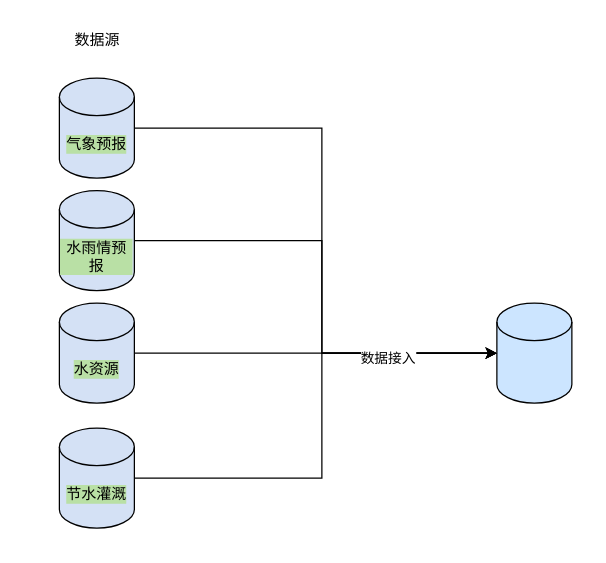
Above: page "3.数据接入" (3 of 7) of doc/安吉数字化.drawio in CoderDream/java-architect-util (draw.io), before the change. Source tidied: cells renumbered, new cells numbered last; positions are measured from the earlier drawing's top-left corner, leaving out a move shared by most shapes. Both pictures are drawn from the tidied source at 125%, with x=0, y=0 at pixel (59, 21).
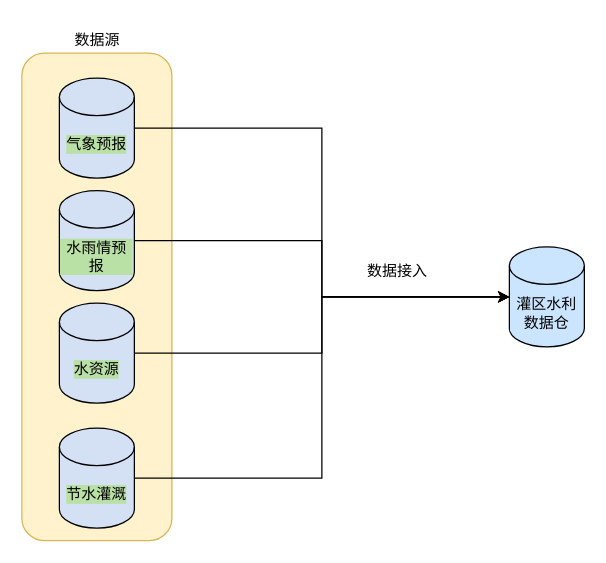
After the change.

Commit message (it also covers changes not shown here):
更新安吉数字化.drawio

Change to the diagram source:
```diff
@@
 <mxGraphModel>
   <root>
     <mxCell id="0" />
     <mxCell id="1" parent="0" />
+    <mxCell id="13" style="rounded=1;whiteSpace=wrap;html=1;labelBackgroundColor=#B9E0A5;fillColor=#fff2cc;strokeColor=#d6b656;" parent="1" vertex="1">
+      <mxGeometry x="-30" y="25" width="120" height="390" as="geometry" />
+    </mxCell>
-    <mxCell id="2" style="edgeStyle=orthogonalEdgeStyle;rounded=0;jettySize=auto;html=1;" parent="1" edge="1" source="3">
+    <mxCell id="2" style="edgeStyle=orthogonalEdgeStyle;rounded=0;jettySize=auto;html=1;entryX=0;entryY=0.5;entryDx=0;entryDy=0;entryPerimeter=0;" parent="1" edge="1" source="3" target="4">
       <mxGeometry relative="1" as="geometry">
-        <mxPoint x="350" y="265" as="targetPoint" />
         <Array as="points">
           <mxPoint x="210" y="85" />
-          <mxPoint x="210" y="265" />
+          <mxPoint x="210" y="220" />
         </Array>
       </mxGeometry>
     </mxCell>
     <mxCell id="3" value="气象预报" style="shape=cylinder3;whiteSpace=wrap;html=1;boundedLbl=1;backgroundOutline=1;size=15;labelBackgroundColor=#B9E0A5;fillColor=#D4E1F5;" parent="1" vertex="1">
       <mxGeometry y="45" width="60" height="80" as="geometry" />
     </mxCell>
-    <mxCell id="4" style="shape=cylinder3;whiteSpace=wrap;html=1;boundedLbl=1;backgroundOutline=1;size=15;labelBackgroundColor=#CCE5FF;fillColor=#CCE5FF;" parent="1" vertex="1">
-      <mxGeometry x="350" y="225" width="60" height="80" as="geometry" />
+    <mxCell id="4" value="灌区水利数据仓" style="shape=cylinder3;whiteSpace=wrap;html=1;boundedLbl=1;backgroundOutline=1;size=15;labelBackgroundColor=#CCE5FF;fillColor=#CCE5FF;" parent="1" vertex="1">
+      <mxGeometry x="360" y="180" width="60" height="80" as="geometry" />
     </mxCell>
     <mxCell id="5" style="edgeStyle=orthogonalEdgeStyle;rounded=0;jettySize=auto;html=1;entryX=0;entryY=0.5;entryDx=0;entryDy=0;entryPerimeter=0;" parent="1" edge="1" source="6" target="4">
       <mxGeometry relative="1" as="geometry">
         <Array as="points">
           <mxPoint x="210" y="175" />
-          <mxPoint x="210" y="265" />
+          <mxPoint x="210" y="220" />
         </Array>
       </mxGeometry>
     </mxCell>
     <mxCell id="6" value="水雨情预报" style="shape=cylinder3;whiteSpace=wrap;html=1;boundedLbl=1;backgroundOutline=1;size=15;labelBackgroundColor=#B9E0A5;fillColor=#D4E1F5;" parent="1" vertex="1">
       <mxGeometry y="135" width="60" height="80" as="geometry" />
     </mxCell>
     <mxCell id="7" style="edgeStyle=orthogonalEdgeStyle;rounded=0;jettySize=auto;html=1;entryX=0;entryY=0.5;entryDx=0;entryDy=0;entryPerimeter=0;" parent="1" edge="1" source="8" target="4">
       <mxGeometry relative="1" as="geometry">
         <Array as="points">
           <mxPoint x="210" y="365" />
-          <mxPoint x="210" y="265" />
+          <mxPoint x="210" y="220" />
         </Array>
       </mxGeometry>
     </mxCell>
     <mxCell id="8" value="节水灌溉" style="shape=cylinder3;whiteSpace=wrap;html=1;boundedLbl=1;backgroundOutline=1;size=15;labelBackgroundColor=#B9E0A5;fillColor=#D4E1F5;" parent="1" vertex="1">
       <mxGeometry y="325" width="60" height="80" as="geometry" />
     </mxCell>
     <mxCell id="9" style="edgeStyle=orthogonalEdgeStyle;rounded=0;jettySize=auto;html=1;" parent="1" edge="1" source="11" target="4">
       <mxGeometry relative="1" as="geometry" />
     </mxCell>
-    <mxCell id="10" value="数据接入" style="edgeLabel;html=1;align=center;verticalAlign=middle;" parent="9" vertex="1">
-      <mxGeometry x="0.39" y="-3" relative="1" as="geometry" />
-    </mxCell>
     <mxCell id="11" value="水资源" style="shape=cylinder3;whiteSpace=wrap;html=1;boundedLbl=1;backgroundOutline=1;size=15;labelBackgroundColor=#B9E0A5;fillColor=#D4E1F5;" parent="1" vertex="1">
       <mxGeometry y="225" width="60" height="80" as="geometry" />
     </mxCell>
     <mxCell id="12" value="数据源" style="text;html=1;align=center;verticalAlign=middle;strokeColor=none;fillColor=none;" parent="1" vertex="1">
       <mxGeometry width="60" height="30" as="geometry" />
     </mxCell>
+    <mxCell id="10" value="数据接入" style="text;html=1;align=center;verticalAlign=middle;strokeColor=none;fillColor=none;" parent="1" vertex="1">
+      <mxGeometry x="235" y="185" width="70" height="30" as="geometry" />
+    </mxCell>
   </root>
 </mxGraphModel>
```
